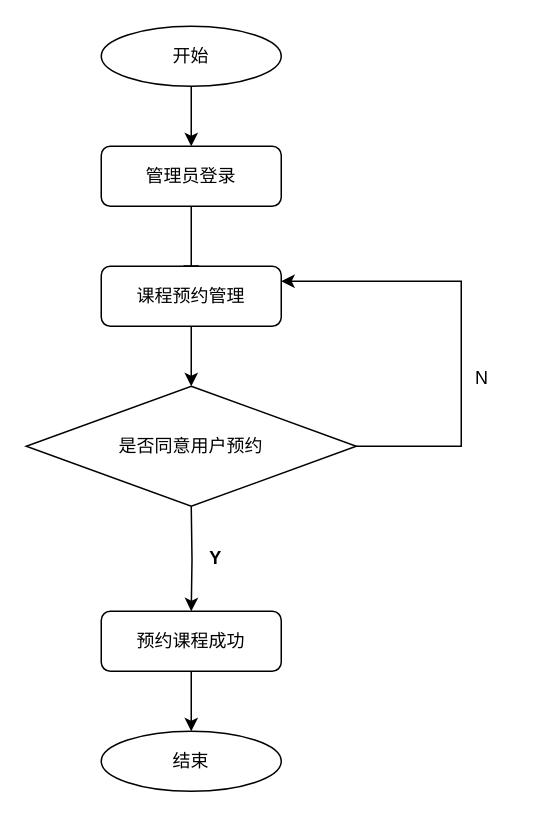
Earlier version of the draw.io diagram 未命名绘图.drawio (zcb333/front-end-interview). Source tidied: cells renumbered, new cells numbered last; positions are measured from the earlier drawing's top-left corner, leaving out a move shared by most shapes. Both pictures are drawn from the tidied source at 150%, with x=0, y=0 at pixel (26, 26).
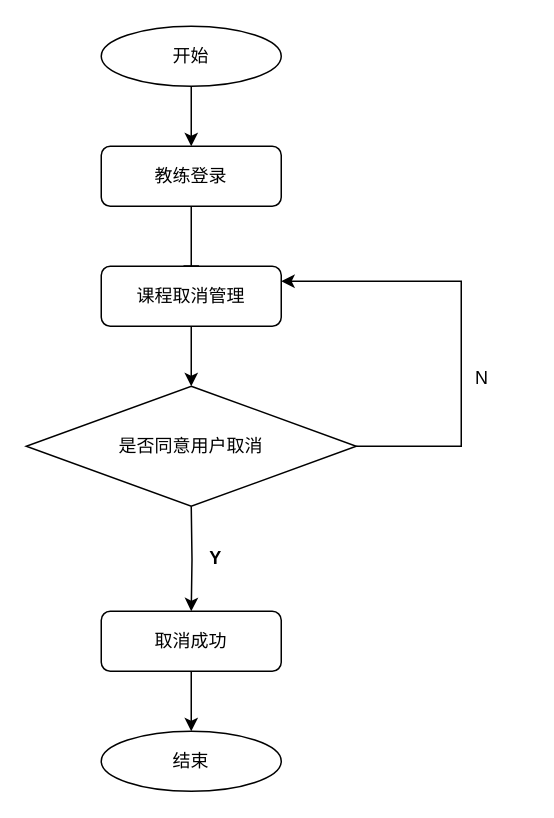
The same page after the edit.

Commit message:
教练取消管理.drawio

What changed in the source:
```diff
@@
-    <mxCell id="3" value="管理员登录" style="rounded=1;whiteSpace=wrap;html=1;fontSize=12;glass=0;strokeWidth=1;shadow=0;" parent="1" vertex="1">
+    <mxCell id="3" value="教练登录" style="rounded=1;whiteSpace=wrap;html=1;fontSize=12;glass=0;strokeWidth=1;shadow=0;" parent="1" vertex="1">
       <mxGeometry x="50" y="80" width="120" height="40" as="geometry" />
     </mxCell>
@@
-    <mxCell id="7" value="课程预约管理" style="rounded=1;whiteSpace=wrap;html=1;fontSize=12;glass=0;strokeWidth=1;shadow=0;" parent="1" vertex="1">
+    <mxCell id="7" value="课程取消管理" style="rounded=1;whiteSpace=wrap;html=1;fontSize=12;glass=0;strokeWidth=1;shadow=0;" parent="1" vertex="1">
       <mxGeometry x="50" y="160" width="120" height="40" as="geometry" />
     </mxCell>
@@
-    <mxCell id="9" value="预约课程成功" style="rounded=1;whiteSpace=wrap;html=1;fontSize=12;glass=0;strokeWidth=1;shadow=0;" parent="1" vertex="1">
+    <mxCell id="9" value="取消成功" style="rounded=1;whiteSpace=wrap;html=1;fontSize=12;glass=0;strokeWidth=1;shadow=0;" parent="1" vertex="1">
       <mxGeometry x="50" y="390" width="120" height="40" as="geometry" />
     </mxCell>
@@
-    <mxCell id="14" value="是否同意用户预约" style="rhombus;whiteSpace=wrap;html=1;" parent="1" vertex="1">
+    <mxCell id="14" value="是否同意用户取消" style="rhombus;whiteSpace=wrap;html=1;" parent="1" vertex="1">
       <mxGeometry y="240" width="220" height="80" as="geometry" />
     </mxCell>
```
